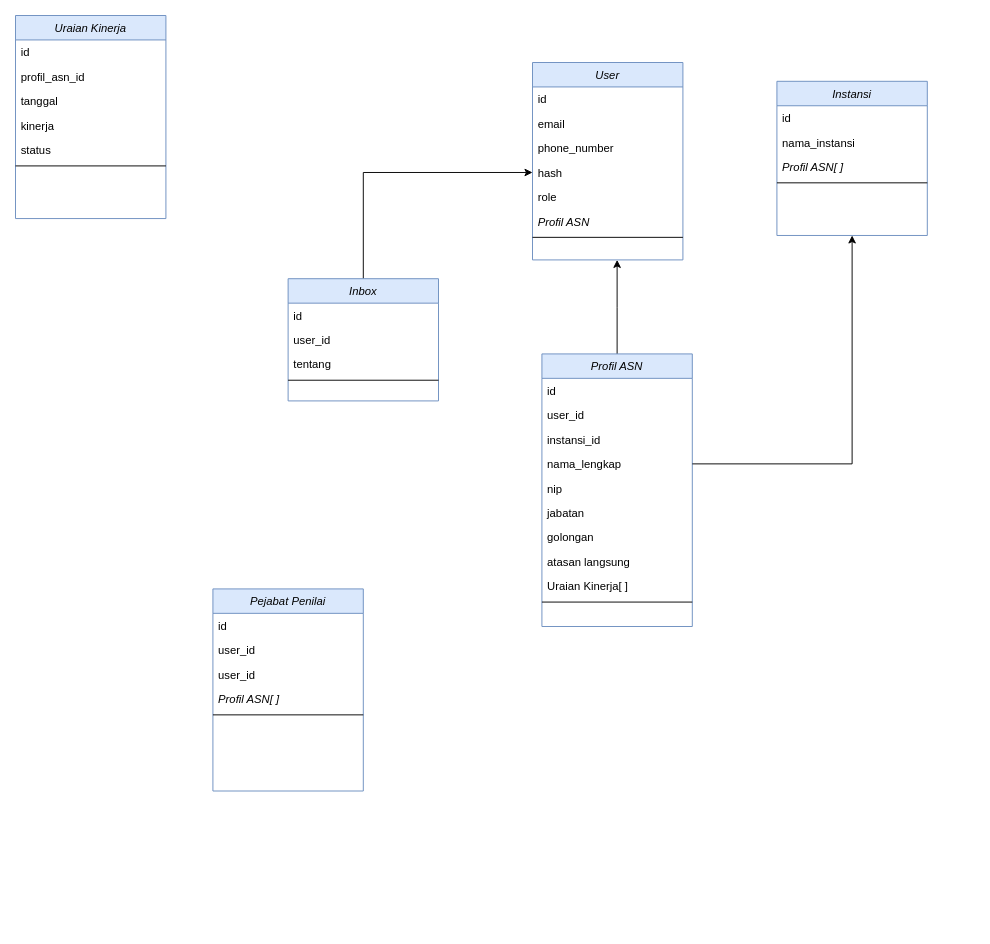
Above: Class Diagram- App Kinerja.drawio in syahruncega/project-diagram (draw.io), before the change. Source tidied: cells renumbered, new cells numbered last; positions are measured from the earlier drawing's top-left corner, leaving out a move shared by most shapes. Both pictures are drawn from the tidied source at 94%, with x=0, y=0 at pixel (15, 15).
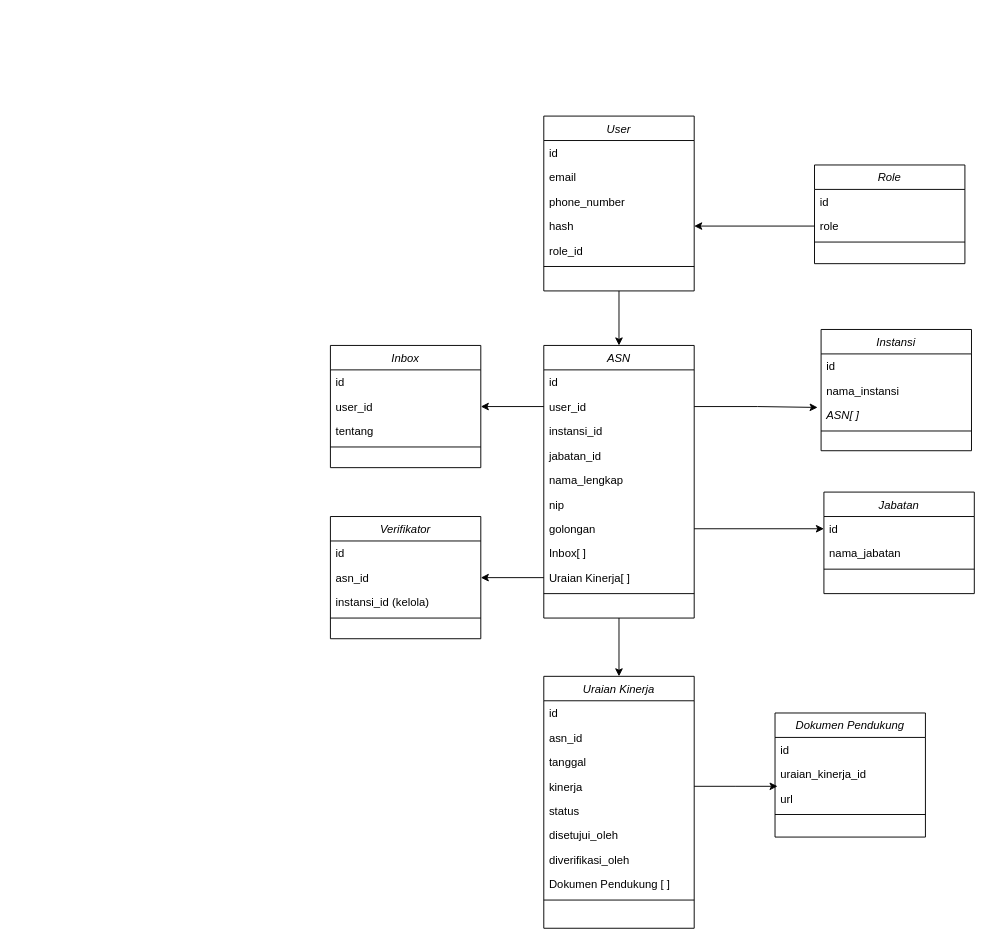
Above is the later version.

Unchanged cells that the change refers to:
```xml
<mxCell id="6" value="hash" style="text;align=left;verticalAlign=top;spacingLeft=4;spacingRight=4;overflow=hidden;points=[[0,0.5],[1,0.5]];portConstraint=eastwest;rounded=0;shadow=0;html=0;" parent="2" vertex="1">
  <mxGeometry y="104" width="160" height="26" as="geometry" />
</mxCell>
<mxCell id="13" value="user_id" style="text;align=left;verticalAlign=top;spacingLeft=4;spacingRight=4;overflow=hidden;points=[[0,0.5],[1,0.5]];portConstraint=eastwest;rounded=0;shadow=0;html=0;" parent="11" vertex="1">
  <mxGeometry y="52" width="160" height="26" as="geometry" />
</mxCell>
<mxCell id="18" value="golongan" style="text;align=left;verticalAlign=top;spacingLeft=4;spacingRight=4;overflow=hidden;points=[[0,0.5],[1,0.5]];portConstraint=eastwest;rounded=0;shadow=0;html=0;" parent="11" vertex="1">
  <mxGeometry y="182" width="160" height="26" as="geometry" />
</mxCell>
<mxCell id="20" value="Uraian Kinerja[ ]" style="text;align=left;verticalAlign=top;spacingLeft=4;spacingRight=4;overflow=hidden;points=[[0,0.5],[1,0.5]];portConstraint=eastwest;rounded=0;shadow=0;html=0;" parent="11" vertex="1">
  <mxGeometry y="234" width="160" height="26" as="geometry" />
</mxCell>
<mxCell id="26" value="kinerja" style="text;align=left;verticalAlign=top;spacingLeft=4;spacingRight=4;overflow=hidden;points=[[0,0.5],[1,0.5]];portConstraint=eastwest;rounded=0;shadow=0;html=0;" parent="22" vertex="1">
  <mxGeometry y="104" width="160" height="26" as="geometry" />
</mxCell>
```

What changed in the source:
```diff
@@
+    <mxCell id="47" style="edgeStyle=orthogonalEdgeStyle;rounded=0;jettySize=auto;html=1;exitX=0.5;exitY=1;exitDx=0;exitDy=0;" parent="1" edge="1" source="2" target="11">
+      <mxGeometry relative="1" as="geometry" />
+    </mxCell>
-    <mxCell id="2" value="User" style="swimlane;fontStyle=2;align=center;verticalAlign=top;horizontal=1;startSize=26;rounded=0;shadow=0;strokeWidth=1;fillColor=#dae8fc;strokeColor=#6c8ebf;" parent="1" vertex="1">
-      <mxGeometry x="550" y="50" width="160" height="210" as="geometry" />
+    <mxCell id="2" value="User" style="swimlane;fontStyle=2;align=center;verticalAlign=top;horizontal=1;startSize=26;rounded=0;shadow=0;strokeWidth=1;fillColor=none;" parent="1" vertex="1">
+      <mxGeometry x="562" y="107" width="160" height="186" as="geometry" />
     </mxCell>
@@
-    <mxCell id="7" value="role" style="text;align=left;verticalAlign=top;spacingLeft=4;spacingRight=4;overflow=hidden;rounded=0;shadow=0;html=0;" parent="2" vertex="1">
+    <mxCell id="7" value="role_id" style="text;align=left;verticalAlign=top;spacingLeft=4;spacingRight=4;overflow=hidden;rounded=0;shadow=0;html=0;" parent="2" vertex="1">
       <mxGeometry y="130" width="160" height="26" as="geometry" />
     </mxCell>
-    <mxCell id="8" value="Profil ASN" style="text;align=left;verticalAlign=top;spacingLeft=4;spacingRight=4;overflow=hidden;rounded=0;shadow=0;html=0;fontStyle=2;" parent="2" vertex="1">
-      <mxGeometry y="156" width="160" height="26" as="geometry" />
-    </mxCell>
     <mxCell id="9" style="line;html=1;strokeWidth=1;align=left;verticalAlign=middle;spacingTop=-1;spacingLeft=3;spacingRight=3;labelPosition=right;" parent="2" vertex="1">
-      <mxGeometry y="182" width="160" height="8" as="geometry" />
+      <mxGeometry y="156" width="160" height="8" as="geometry" />
     </mxCell>
-    <mxCell id="10" style="edgeStyle=orthogonalEdgeStyle;rounded=0;jettySize=auto;html=1;" parent="1" edge="1" source="11">
-      <mxGeometry relative="1" as="geometry">
-        <mxPoint x="640" y="260" as="targetPoint" />
-      </mxGeometry>
-    </mxCell>
+    <mxCell id="48" style="edgeStyle=orthogonalEdgeStyle;rounded=0;jettySize=auto;html=1;exitX=0.5;exitY=1;exitDx=0;exitDy=0;" parent="1" edge="1" source="11" target="22">
+      <mxGeometry relative="1" as="geometry" />
+    </mxCell>
-    <mxCell id="11" value="Profil ASN" style="swimlane;fontStyle=2;align=center;verticalAlign=top;horizontal=1;startSize=26;rounded=0;shadow=0;strokeWidth=1;fillColor=#dae8fc;strokeColor=#6c8ebf;" parent="1" vertex="1">
-      <mxGeometry x="560" y="360" width="160" height="290" as="geometry" />
+    <mxCell id="11" value="ASN" style="swimlane;fontStyle=2;align=center;verticalAlign=top;horizontal=1;startSize=26;rounded=0;shadow=0;strokeWidth=1;fillColor=none;" parent="1" vertex="1">
+      <mxGeometry x="562" y="351" width="160" height="290" as="geometry" />
     </mxCell>
@@
+    <mxCell id="17" value="jabatan_id" style="text;align=left;verticalAlign=top;spacingLeft=4;spacingRight=4;overflow=hidden;rounded=0;shadow=0;html=0;" parent="11" vertex="1">
+      <mxGeometry y="104" width="160" height="26" as="geometry" />
+    </mxCell>
     <mxCell id="15" value="nama_lengkap" style="text;align=left;verticalAlign=top;spacingLeft=4;spacingRight=4;overflow=hidden;points=[[0,0.5],[1,0.5]];portConstraint=eastwest;rounded=0;shadow=0;html=0;" parent="11" vertex="1">
-      <mxGeometry y="104" width="160" height="26" as="geometry" />
+      <mxGeometry y="130" width="160" height="26" as="geometry" />
     </mxCell>
     <mxCell id="16" value="nip" style="text;align=left;verticalAlign=top;spacingLeft=4;spacingRight=4;overflow=hidden;rounded=0;shadow=0;html=0;" parent="11" vertex="1">
-      <mxGeometry y="130" width="160" height="26" as="geometry" />
+      <mxGeometry y="156" width="160" height="26" as="geometry" />
     </mxCell>
-    <mxCell id="17" value="jabatan" style="text;align=left;verticalAlign=top;spacingLeft=4;spacingRight=4;overflow=hidden;rounded=0;shadow=0;html=0;" parent="11" vertex="1">
-      <mxGeometry y="156" width="160" height="26" as="geometry" />
-    </mxCell>
@@
-    <mxCell id="19" value="atasan langsung" style="text;align=left;verticalAlign=top;spacingLeft=4;spacingRight=4;overflow=hidden;rounded=0;shadow=0;html=0;" parent="11" vertex="1">
+    <mxCell id="19" value="Inbox[ ]" style="text;align=left;verticalAlign=top;spacingLeft=4;spacingRight=4;overflow=hidden;rounded=0;shadow=0;html=0;" parent="11" vertex="1">
       <mxGeometry y="208" width="160" height="26" as="geometry" />
     </mxCell>
@@
-    <mxCell id="22" value="Uraian Kinerja" style="swimlane;fontStyle=2;align=center;verticalAlign=top;horizontal=1;startSize=26;rounded=0;shadow=0;strokeWidth=1;fillColor=#dae8fc;strokeColor=#6c8ebf;" parent="1" vertex="1">
-      <mxGeometry width="160" height="216" as="geometry" />
+    <mxCell id="22" value="Uraian Kinerja" style="swimlane;fontStyle=2;align=center;verticalAlign=top;horizontal=1;startSize=26;rounded=0;shadow=0;strokeWidth=1;fillColor=none;" parent="1" vertex="1">
+      <mxGeometry x="562" y="703" width="160" height="268" as="geometry" />
     </mxCell>
@@
-    <mxCell id="24" value="profil_asn_id" style="text;align=left;verticalAlign=top;spacingLeft=4;spacingRight=4;overflow=hidden;rounded=0;shadow=0;html=0;" parent="22" vertex="1">
+    <mxCell id="24" value="asn_id" style="text;align=left;verticalAlign=top;spacingLeft=4;spacingRight=4;overflow=hidden;rounded=0;shadow=0;html=0;" parent="22" vertex="1">
       <mxGeometry y="52" width="160" height="26" as="geometry" />
     </mxCell>
@@
+    <mxCell id="49" value="status" style="text;align=left;verticalAlign=top;spacingLeft=4;spacingRight=4;overflow=hidden;rounded=0;shadow=0;html=0;" parent="22" vertex="1">
+      <mxGeometry y="130" width="160" height="26" as="geometry" />
+    </mxCell>
+    <mxCell id="50" value="disetujui_oleh" style="text;align=left;verticalAlign=top;spacingLeft=4;spacingRight=4;overflow=hidden;rounded=0;shadow=0;html=0;" parent="22" vertex="1">
+      <mxGeometry y="156" width="160" height="26" as="geometry" />
+    </mxCell>
+    <mxCell id="51" value="diverifikasi_oleh" style="text;align=left;verticalAlign=top;spacingLeft=4;spacingRight=4;overflow=hidden;rounded=0;shadow=0;html=0;" parent="22" vertex="1">
+      <mxGeometry y="182" width="160" height="26" as="geometry" />
+    </mxCell>
-    <mxCell id="27" value="status" style="text;align=left;verticalAlign=top;spacingLeft=4;spacingRight=4;overflow=hidden;rounded=0;shadow=0;html=0;" parent="22" vertex="1">
-      <mxGeometry y="130" width="160" height="26" as="geometry" />
+    <mxCell id="27" value="Dokumen Pendukung [ ]" style="text;align=left;verticalAlign=top;spacingLeft=4;spacingRight=4;overflow=hidden;rounded=0;shadow=0;html=0;" parent="22" vertex="1">
+      <mxGeometry y="208" width="160" height="26" as="geometry" />
     </mxCell>
     <mxCell id="28" style="line;html=1;strokeWidth=1;align=left;verticalAlign=middle;spacingTop=-1;spacingLeft=3;spacingRight=3;labelPosition=right;" parent="22" vertex="1">
-      <mxGeometry y="156" width="160" height="8" as="geometry" />
+      <mxGeometry y="234" width="160" height="8" as="geometry" />
     </mxCell>
-    <mxCell id="29" value="Instansi" style="swimlane;fontStyle=2;align=center;verticalAlign=top;horizontal=1;startSize=26;rounded=0;shadow=0;strokeWidth=1;fillColor=#dae8fc;strokeColor=#6c8ebf;" parent="1" vertex="1">
-      <mxGeometry x="810" y="70" width="160" height="164" as="geometry" />
+    <mxCell id="29" value="Instansi" style="swimlane;fontStyle=2;align=center;verticalAlign=top;horizontal=1;startSize=26;rounded=0;shadow=0;strokeWidth=1;fillColor=none;" parent="1" vertex="1">
+      <mxGeometry x="857" y="334" width="160" height="129" as="geometry" />
     </mxCell>
@@
-    <mxCell id="32" value="Profil ASN[ ]" style="text;align=left;verticalAlign=top;spacingLeft=4;spacingRight=4;overflow=hidden;points=[[0,0.5],[1,0.5]];portConstraint=eastwest;rounded=0;shadow=0;html=0;fontStyle=2;" parent="29" vertex="1">
+    <mxCell id="32" value="ASN[ ]" style="text;align=left;verticalAlign=top;spacingLeft=4;spacingRight=4;overflow=hidden;points=[[0,0.5],[1,0.5]];portConstraint=eastwest;rounded=0;shadow=0;html=0;fontStyle=2;" parent="29" vertex="1">
       <mxGeometry y="78" width="160" height="26" as="geometry" />
     </mxCell>
@@
-    <mxCell id="34" style="edgeStyle=orthogonalEdgeStyle;rounded=0;jettySize=auto;html=1;entryX=0;entryY=0.5;entryDx=0;entryDy=0;" parent="1" edge="1" source="35" target="6">
-      <mxGeometry relative="1" as="geometry" />
-    </mxCell>
-    <mxCell id="35" value="Inbox" style="swimlane;fontStyle=2;align=center;verticalAlign=top;horizontal=1;startSize=26;rounded=0;shadow=0;strokeWidth=1;fillColor=#dae8fc;strokeColor=#6c8ebf;" parent="1" vertex="1">
-      <mxGeometry x="290" y="280" width="160" height="130" as="geometry" />
+    <mxCell id="35" value="Inbox" style="swimlane;fontStyle=2;align=center;verticalAlign=top;horizontal=1;startSize=26;rounded=0;shadow=0;strokeWidth=1;fillColor=none;" parent="1" vertex="1">
+      <mxGeometry x="335" y="351" width="160" height="130" as="geometry" />
     </mxCell>
@@
-    <mxCell id="40" value="Pejabat Penilai" style="swimlane;fontStyle=2;align=center;verticalAlign=top;horizontal=1;startSize=26;rounded=0;shadow=0;strokeWidth=1;fillColor=#dae8fc;strokeColor=#6c8ebf;" parent="1" vertex="1">
-      <mxGeometry x="210" y="610" width="160" height="215" as="geometry" />
+    <mxCell id="40" value="Role" style="swimlane;fontStyle=2;align=center;verticalAlign=top;horizontal=1;startSize=26;rounded=0;shadow=0;strokeWidth=1;fillColor=none;" parent="1" vertex="1">
+      <mxGeometry x="850" y="159" width="160" height="105" as="geometry" />
     </mxCell>
@@
-    <mxCell id="42" value="user_id" style="text;align=left;verticalAlign=top;spacingLeft=4;spacingRight=4;overflow=hidden;points=[[0,0.5],[1,0.5]];portConstraint=eastwest;rounded=0;shadow=0;html=0;" parent="40" vertex="1">
+    <mxCell id="42" value="role" style="text;align=left;verticalAlign=top;spacingLeft=4;spacingRight=4;overflow=hidden;points=[[0,0.5],[1,0.5]];portConstraint=eastwest;rounded=0;shadow=0;html=0;" parent="40" vertex="1">
       <mxGeometry y="52" width="160" height="26" as="geometry" />
     </mxCell>
-    <mxCell id="43" value="user_id" style="text;align=left;verticalAlign=top;spacingLeft=4;spacingRight=4;overflow=hidden;rounded=0;shadow=0;html=0;" parent="40" vertex="1">
-      <mxGeometry y="78" width="160" height="26" as="geometry" />
-    </mxCell>
-    <mxCell id="44" value="Profil ASN[ ]" style="text;align=left;verticalAlign=top;spacingLeft=4;spacingRight=4;overflow=hidden;rounded=0;shadow=0;html=0;fontStyle=2;" parent="40" vertex="1">
-      <mxGeometry y="104" width="160" height="26" as="geometry" />
-    </mxCell>
     <mxCell id="45" style="line;html=1;strokeWidth=1;align=left;verticalAlign=middle;spacingTop=-1;spacingLeft=3;spacingRight=3;labelPosition=right;" parent="40" vertex="1">
-      <mxGeometry y="130" width="160" height="8" as="geometry" />
+      <mxGeometry y="78" width="160" height="8" as="geometry" />
     </mxCell>
-    <mxCell id="46" style="edgeStyle=orthogonalEdgeStyle;rounded=0;jettySize=auto;html=1;exitX=1;exitY=0.5;exitDx=0;exitDy=0;entryX=0.5;entryY=1;entryDx=0;entryDy=0;" parent="1" edge="1" source="15" target="29">
-      <mxGeometry relative="1" as="geometry" />
-    </mxCell>
+    <mxCell id="52" value="Jabatan" style="swimlane;fontStyle=2;align=center;verticalAlign=top;horizontal=1;startSize=26;rounded=0;shadow=0;strokeWidth=1;fillColor=none;" parent="1" vertex="1">
+      <mxGeometry x="860" y="507" width="160" height="108" as="geometry" />
+    </mxCell>
+    <mxCell id="53" value="id" style="text;align=left;verticalAlign=top;spacingLeft=4;spacingRight=4;overflow=hidden;points=[[0,0.5],[1,0.5]];portConstraint=eastwest;" parent="52" vertex="1">
+      <mxGeometry y="26" width="160" height="26" as="geometry" />
+    </mxCell>
+    <mxCell id="54" value="nama_jabatan" style="text;align=left;verticalAlign=top;spacingLeft=4;spacingRight=4;overflow=hidden;rounded=0;shadow=0;html=0;" parent="52" vertex="1">
+      <mxGeometry y="52" width="160" height="26" as="geometry" />
+    </mxCell>
+    <mxCell id="55" style="line;html=1;strokeWidth=1;align=left;verticalAlign=middle;spacingTop=-1;spacingLeft=3;spacingRight=3;labelPosition=right;" parent="52" vertex="1">
+      <mxGeometry y="78" width="160" height="8" as="geometry" />
+    </mxCell>
+    <mxCell id="56" style="edgeStyle=orthogonalEdgeStyle;rounded=0;jettySize=auto;html=1;exitX=1;exitY=0.5;exitDx=0;exitDy=0;entryX=-0.023;entryY=0.19;entryDx=0;entryDy=0;entryPerimeter=0;" parent="1" edge="1" source="13" target="32">
+      <mxGeometry relative="1" as="geometry" />
+    </mxCell>
+    <mxCell id="57" style="edgeStyle=orthogonalEdgeStyle;rounded=0;jettySize=auto;html=1;entryX=0;entryY=0.5;entryDx=0;entryDy=0;" parent="1" edge="1" source="18" target="53">
+      <mxGeometry relative="1" as="geometry" />
+    </mxCell>
+    <mxCell id="58" value="Verifikator" style="swimlane;fontStyle=2;align=center;verticalAlign=top;horizontal=1;startSize=26;rounded=0;shadow=0;strokeWidth=1;fillColor=none;" parent="1" vertex="1">
+      <mxGeometry x="335" y="533" width="160" height="130" as="geometry" />
+    </mxCell>
+    <mxCell id="59" value="id" style="text;align=left;verticalAlign=top;spacingLeft=4;spacingRight=4;overflow=hidden;" parent="58" vertex="1">
+      <mxGeometry y="26" width="160" height="26" as="geometry" />
+    </mxCell>
+    <mxCell id="60" value="asn_id" style="text;align=left;verticalAlign=top;spacingLeft=4;spacingRight=4;overflow=hidden;points=[[0,0.5],[1,0.5]];portConstraint=eastwest;rounded=0;shadow=0;html=0;" parent="58" vertex="1">
+      <mxGeometry y="52" width="160" height="26" as="geometry" />
+    </mxCell>
+    <mxCell id="61" value="instansi_id (kelola)" style="text;align=left;verticalAlign=top;spacingLeft=4;spacingRight=4;overflow=hidden;rounded=0;shadow=0;html=0;" parent="58" vertex="1">
+      <mxGeometry y="78" width="160" height="26" as="geometry" />
+    </mxCell>
+    <mxCell id="62" style="line;html=1;strokeWidth=1;align=left;verticalAlign=middle;spacingTop=-1;spacingLeft=3;spacingRight=3;labelPosition=right;" parent="58" vertex="1">
+      <mxGeometry y="104" width="160" height="8" as="geometry" />
+    </mxCell>
+    <mxCell id="63" style="edgeStyle=orthogonalEdgeStyle;rounded=0;jettySize=auto;html=1;entryX=1;entryY=0.5;entryDx=0;entryDy=0;" parent="1" edge="1" source="13" target="35">
+      <mxGeometry relative="1" as="geometry" />
+    </mxCell>
+    <mxCell id="64" style="edgeStyle=orthogonalEdgeStyle;rounded=0;jettySize=auto;html=1;entryX=1;entryY=0.5;entryDx=0;entryDy=0;" parent="1" edge="1" source="20" target="60">
+      <mxGeometry relative="1" as="geometry" />
+    </mxCell>
+    <mxCell id="65" style="edgeStyle=orthogonalEdgeStyle;rounded=0;jettySize=auto;html=1;exitX=0;exitY=0.5;exitDx=0;exitDy=0;entryX=1;entryY=0.5;entryDx=0;entryDy=0;" parent="1" edge="1" source="42" target="6">
+      <mxGeometry relative="1" as="geometry" />
+    </mxCell>
+    <mxCell id="66" value="Dokumen Pendukung" style="swimlane;fontStyle=2;align=center;verticalAlign=top;horizontal=1;startSize=26;rounded=0;shadow=0;strokeWidth=1;fillColor=none;" parent="1" vertex="1">
+      <mxGeometry x="808" y="742" width="160" height="132" as="geometry" />
+    </mxCell>
+    <mxCell id="67" value="id" style="text;align=left;verticalAlign=top;spacingLeft=4;spacingRight=4;overflow=hidden;" parent="66" vertex="1">
+      <mxGeometry y="26" width="160" height="26" as="geometry" />
+    </mxCell>
+    <mxCell id="68" value="uraian_kinerja_id" style="text;align=left;verticalAlign=top;spacingLeft=4;spacingRight=4;overflow=hidden;rounded=0;shadow=0;html=0;" parent="66" vertex="1">
+      <mxGeometry y="52" width="160" height="26" as="geometry" />
+    </mxCell>
+    <mxCell id="69" value="url" style="text;align=left;verticalAlign=top;spacingLeft=4;spacingRight=4;overflow=hidden;rounded=0;shadow=0;html=0;" parent="66" vertex="1">
+      <mxGeometry y="78" width="160" height="26" as="geometry" />
+    </mxCell>
+    <mxCell id="70" style="line;html=1;strokeWidth=1;align=left;verticalAlign=middle;spacingTop=-1;spacingLeft=3;spacingRight=3;labelPosition=right;" parent="66" vertex="1">
+      <mxGeometry y="104" width="160" height="8" as="geometry" />
+    </mxCell>
+    <mxCell id="71" style="edgeStyle=orthogonalEdgeStyle;rounded=0;jettySize=auto;html=1;" parent="1" edge="1" source="26">
+      <mxGeometry relative="1" as="geometry">
+        <mxPoint x="810.7" y="820" as="targetPoint" />
+      </mxGeometry>
+    </mxCell>
```
